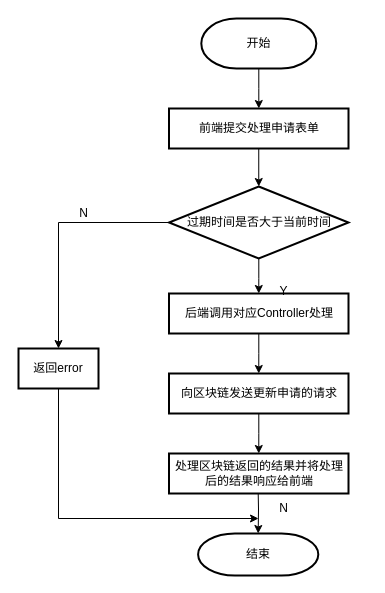
Before: 毕业论文/图片/证据申请模块-处理申请.drawio in YanQiaoQi/graduation-project, a draw.io diagram. Source tidied: cells renumbered, new cells numbered last; positions are measured from the earlier drawing's top-left corner, leaving out a move shared by most shapes. Both pictures are drawn from the tidied source at 100%, with x=0, y=0 at pixel (18, 18).
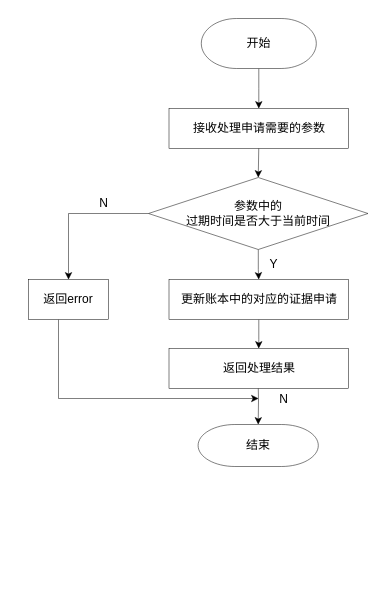
The same diagram, later.

Change to the diagram source:
```diff
@@
-    <mxCell id="2" style="edgeStyle=orthogonalEdgeStyle;rounded=0;jettySize=auto;html=1;" parent="1" edge="1" source="3" target="4">
+    <mxCell id="2" style="edgeStyle=orthogonalEdgeStyle;rounded=0;jettySize=auto;html=1;fontFamily=宋体;strokeWidth=0.5;" parent="1" edge="1" source="3" target="4">
       <mxGeometry relative="1" as="geometry" />
     </mxCell>
-    <mxCell id="3" value="开始" style="strokeWidth=2;html=1;shape=mxgraph.flowchart.terminator;whiteSpace=wrap;" parent="1" vertex="1">
+    <mxCell id="3" value="开始" style="strokeWidth=0.5;html=1;shape=mxgraph.flowchart.terminator;whiteSpace=wrap;fontFamily=宋体;" parent="1" vertex="1">
       <mxGeometry x="182.8" width="115" height="50" as="geometry" />
     </mxCell>
-    <mxCell id="4" value="前端提交处理申请表单" style="whiteSpace=wrap;html=1;strokeWidth=2;" parent="1" vertex="1">
+    <mxCell id="4" value="接收处理申请需要的参数" style="whiteSpace=wrap;html=1;strokeWidth=0.5;fontFamily=宋体;" parent="1" vertex="1">
       <mxGeometry x="150.5" y="90" width="179.5" height="40" as="geometry" />
     </mxCell>
-    <mxCell id="5" style="edgeStyle=orthogonalEdgeStyle;rounded=0;jettySize=auto;html=1;exitX=0.5;exitY=1;exitDx=0;exitDy=0;entryX=0.5;entryY=0;entryDx=0;entryDy=0;" parent="1" edge="1" source="4" target="17">
+    <mxCell id="5" style="edgeStyle=orthogonalEdgeStyle;rounded=0;jettySize=auto;html=1;exitX=0.5;exitY=1;exitDx=0;exitDy=0;entryX=0.5;entryY=0;entryDx=0;entryDy=0;fontFamily=宋体;strokeWidth=0.5;" parent="1" edge="1" source="4" target="17">
       <mxGeometry relative="1" as="geometry" />
     </mxCell>
-    <mxCell id="6" style="edgeStyle=orthogonalEdgeStyle;rounded=0;jettySize=auto;html=1;entryX=0.5;entryY=0;entryDx=0;entryDy=0;" parent="1" edge="1" source="7" target="13">
-      <mxGeometry relative="1" as="geometry" />
-    </mxCell>
-    <mxCell id="7" value="后端调用对应Controller处理" style="whiteSpace=wrap;html=1;strokeWidth=2;" parent="1" vertex="1">
-      <mxGeometry x="150.5" y="275" width="179.5" height="40" as="geometry" />
-    </mxCell>
-    <mxCell id="8" value="结束" style="strokeWidth=2;html=1;shape=mxgraph.flowchart.terminator;whiteSpace=wrap;" parent="1" vertex="1">
-      <mxGeometry x="179.6" y="515" width="120.2" height="42" as="geometry" />
+    <mxCell id="8" value="结束" style="strokeWidth=0.5;html=1;shape=mxgraph.flowchart.terminator;whiteSpace=wrap;fontFamily=宋体;" parent="1" vertex="1">
+      <mxGeometry x="179.6" y="406" width="120.2" height="42" as="geometry" />
     </mxCell>
-    <mxCell id="9" value="N" style="text;html=1;align=center;verticalAlign=middle;strokeColor=none;fillColor=none;" parent="1" vertex="1">
-      <mxGeometry x="249.5" y="475" width="30" height="30" as="geometry" />
+    <mxCell id="9" value="N" style="text;html=1;align=center;verticalAlign=middle;strokeColor=none;fillColor=none;fontFamily=宋体;strokeWidth=0.5;" parent="1" vertex="1">
+      <mxGeometry x="249.5" y="366" width="30" height="30" as="geometry" />
     </mxCell>
-    <mxCell id="10" style="edgeStyle=orthogonalEdgeStyle;rounded=0;jettySize=auto;html=1;" parent="1" edge="1" source="11">
+    <mxCell id="10" style="edgeStyle=orthogonalEdgeStyle;rounded=0;jettySize=auto;html=1;fontFamily=宋体;strokeWidth=0.5;" parent="1" edge="1" source="11">
       <mxGeometry relative="1" as="geometry">
-        <mxPoint x="240" y="500" as="targetPoint" />
+        <mxPoint x="240" y="380" as="targetPoint" />
         <Array as="points">
-          <mxPoint x="40" y="500" />
+          <mxPoint x="40" y="380" />
         </Array>
       </mxGeometry>
     </mxCell>
-    <mxCell id="11" value="返回error" style="whiteSpace=wrap;html=1;strokeWidth=2;" parent="1" vertex="1">
-      <mxGeometry y="330" width="80" height="40" as="geometry" />
+    <mxCell id="11" value="返回error" style="whiteSpace=wrap;html=1;strokeWidth=0.5;fontFamily=宋体;" parent="1" vertex="1">
+      <mxGeometry x="10" y="261" width="80" height="40" as="geometry" />
     </mxCell>
-    <mxCell id="12" style="edgeStyle=orthogonalEdgeStyle;rounded=0;jettySize=auto;html=1;entryX=0.5;entryY=0;entryDx=0;entryDy=0;" parent="1" edge="1" source="13" target="20">
+    <mxCell id="12" style="edgeStyle=orthogonalEdgeStyle;rounded=0;jettySize=auto;html=1;entryX=0.5;entryY=0;entryDx=0;entryDy=0;fontFamily=宋体;strokeWidth=0.5;" parent="1" edge="1" source="13" target="20">
       <mxGeometry relative="1" as="geometry" />
     </mxCell>
-    <mxCell id="13" value="向区块链发送更新申请的请求" style="whiteSpace=wrap;html=1;strokeWidth=2;" parent="1" vertex="1">
-      <mxGeometry x="150.5" y="355" width="179.5" height="40" as="geometry" />
+    <mxCell id="13" value="更新账本中的对应的证据申请" style="whiteSpace=wrap;html=1;strokeWidth=0.5;fontFamily=宋体;" parent="1" vertex="1">
+      <mxGeometry x="150.5" y="261" width="179.5" height="40" as="geometry" />
     </mxCell>
-    <mxCell id="14" style="edgeStyle=orthogonalEdgeStyle;rounded=0;jettySize=auto;html=1;entryX=0.5;entryY=0;entryDx=0;entryDy=0;exitX=0;exitY=0.5;exitDx=0;exitDy=0;" parent="1" edge="1" source="17" target="11">
+    <mxCell id="14" style="edgeStyle=orthogonalEdgeStyle;rounded=0;jettySize=auto;html=1;entryX=0.5;entryY=0;entryDx=0;entryDy=0;exitX=0;exitY=0.5;exitDx=0;exitDy=0;fontFamily=宋体;strokeWidth=0.5;" parent="1" edge="1" source="17" target="11">
       <mxGeometry relative="1" as="geometry" />
     </mxCell>
-    <mxCell id="15" style="edgeStyle=orthogonalEdgeStyle;rounded=0;jettySize=auto;html=1;entryX=0.5;entryY=0;entryDx=0;entryDy=0;entryPerimeter=0;" parent="1" edge="1" target="8">
+    <mxCell id="15" style="edgeStyle=orthogonalEdgeStyle;rounded=0;jettySize=auto;html=1;entryX=0.5;entryY=0;entryDx=0;entryDy=0;entryPerimeter=0;fontFamily=宋体;strokeWidth=0.5;" parent="1" edge="1" target="8">
       <mxGeometry relative="1" as="geometry">
-        <mxPoint x="239.5" y="465" as="sourcePoint" />
+        <mxPoint x="239.5" y="356" as="sourcePoint" />
       </mxGeometry>
     </mxCell>
-    <mxCell id="16" style="edgeStyle=orthogonalEdgeStyle;rounded=0;jettySize=auto;html=1;entryX=0.5;entryY=0;entryDx=0;entryDy=0;" parent="1" edge="1" source="17" target="7">
+    <mxCell id="16" style="edgeStyle=orthogonalEdgeStyle;rounded=0;jettySize=auto;html=1;entryX=0.5;entryY=0;entryDx=0;entryDy=0;fontFamily=宋体;strokeWidth=0.5;" parent="1" edge="1" source="17" target="13">
       <mxGeometry relative="1" as="geometry" />
     </mxCell>
-    <mxCell id="17" value="过期时间是否大于当前时间" style="rhombus;whiteSpace=wrap;html=1;strokeWidth=2;" parent="1" vertex="1">
-      <mxGeometry x="150.5" y="168" width="179.5" height="72" as="geometry" />
+    <mxCell id="17" value="参数中的&lt;br&gt;过期时间是否大于当前时间" style="rhombus;whiteSpace=wrap;html=1;strokeWidth=0.5;fontFamily=宋体;" parent="1" vertex="1">
+      <mxGeometry x="130" y="159" width="219.5" height="72" as="geometry" />
     </mxCell>
-    <mxCell id="18" value="Y" style="text;html=1;align=center;verticalAlign=middle;strokeColor=none;fillColor=none;" parent="1" vertex="1">
-      <mxGeometry x="250" y="258" width="30" height="30" as="geometry" />
+    <mxCell id="18" value="Y" style="text;html=1;align=center;verticalAlign=middle;strokeColor=none;fillColor=none;fontFamily=宋体;strokeWidth=0.5;" parent="1" vertex="1">
+      <mxGeometry x="240" y="231" width="30" height="30" as="geometry" />
     </mxCell>
-    <mxCell id="19" value="N" style="text;html=1;align=center;verticalAlign=middle;strokeColor=none;fillColor=none;" parent="1" vertex="1">
-      <mxGeometry x="50" y="180" width="30" height="30" as="geometry" />
+    <mxCell id="19" value="N" style="text;html=1;align=center;verticalAlign=middle;strokeColor=none;fillColor=none;fontFamily=宋体;strokeWidth=0.5;" parent="1" vertex="1">
+      <mxGeometry x="70" y="170" width="30" height="30" as="geometry" />
     </mxCell>
-    <mxCell id="20" value="处理区块链返回的结果并将处理后的结果响应给前端" style="whiteSpace=wrap;html=1;strokeWidth=2;" parent="1" vertex="1">
-      <mxGeometry x="150.5" y="435" width="179.5" height="40" as="geometry" />
+    <mxCell id="20" value="返回处理结果" style="whiteSpace=wrap;html=1;strokeWidth=0.5;fontFamily=宋体;" parent="1" vertex="1">
+      <mxGeometry x="150.5" y="330" width="179.5" height="40" as="geometry" />
     </mxCell>
```
